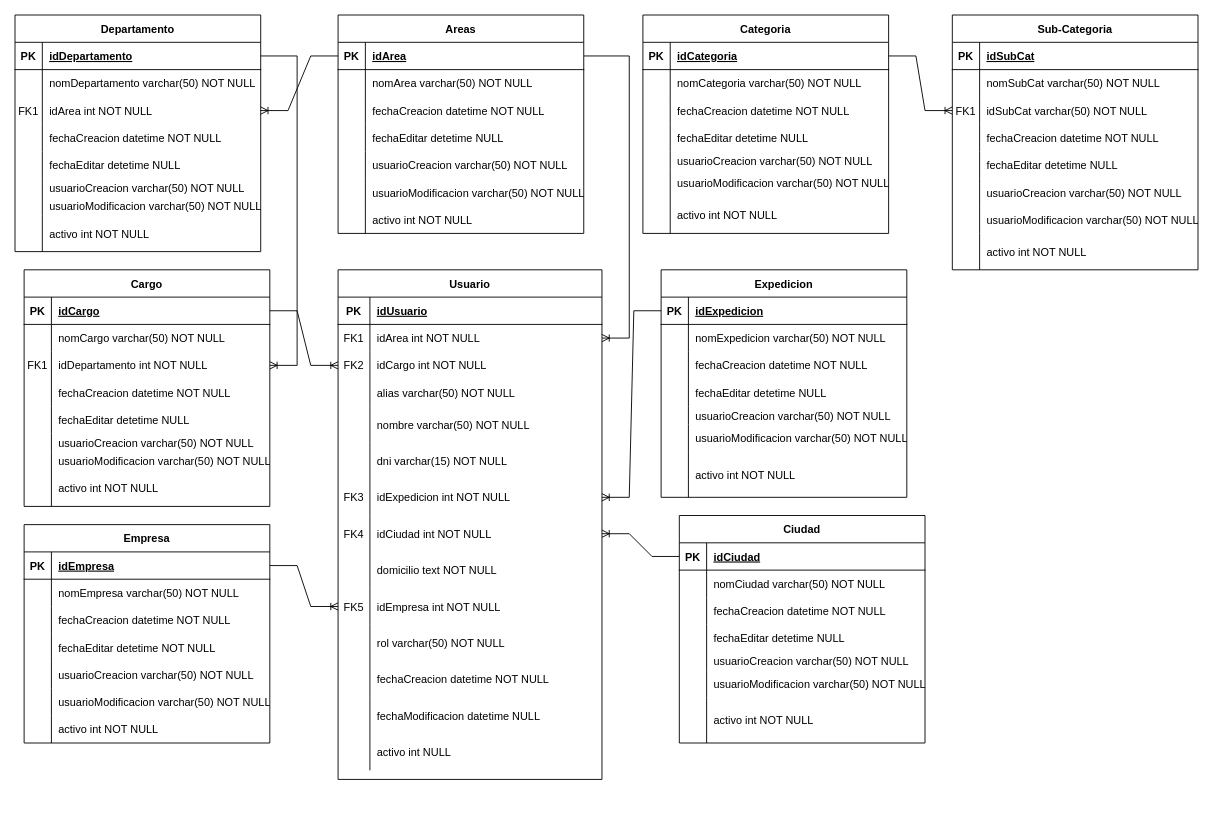
The draw.io diagram Diagrama Activos Fijos.drawio in tomyivan/diagramas-DB, before the edit. Source tidied: cells renumbered, new cells numbered last; positions are measured from the earlier drawing's top-left corner, leaving out a move shared by most shapes. Both pictures are drawn from the tidied source at 91%, with x=0, y=0 at pixel (15, 15).
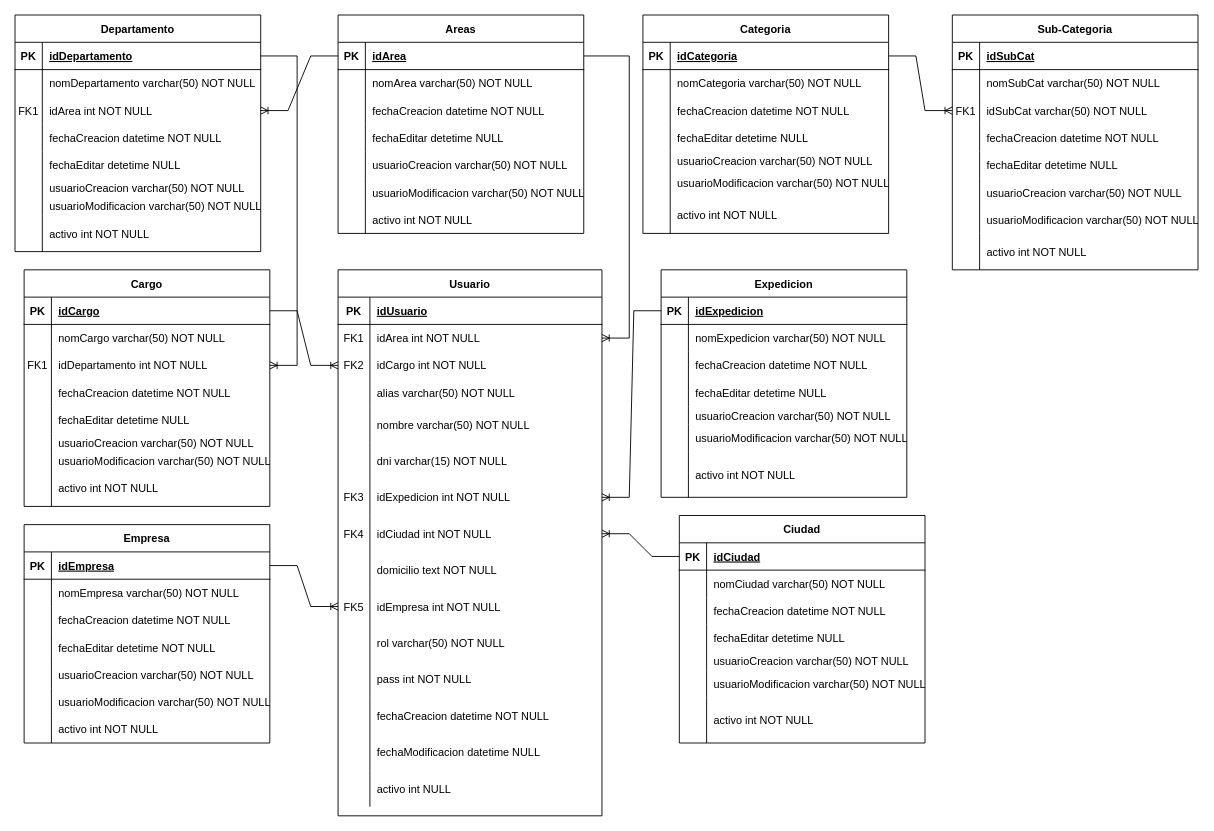
The same diagram, later.

Change to the diagram source:
```diff
@@
     <mxCell id="123" value="Usuario" style="shape=table;startSize=30;childLayout=tableLayout;rowLines=0;fontStyle=1;align=center;" parent="1" vertex="1">
-      <mxGeometry x="355" y="280" width="290" height="560" as="geometry" />
+      <mxGeometry x="355" y="280" width="290" height="600" as="geometry" />
     </mxCell>
@@
+    <mxCell id="238" style="shape=partialRectangle;fillColor=none;top=0;left=0;right=0;bottom=0;" parent="123" vertex="1">
+      <mxGeometry y="430" width="290" height="40" as="geometry" />
+    </mxCell>
+    <mxCell id="239" style="shape=partialRectangle;overflow=hidden;fillColor=none;top=0;left=0;bottom=0;right=0;" parent="238" vertex="1">
+      <mxGeometry width="35" height="40" as="geometry" />
+    </mxCell>
+    <mxCell id="240" value="pass int NOT NULL" style="shape=partialRectangle;overflow=hidden;fillColor=none;top=0;left=0;bottom=0;right=0;align=left;spacingLeft=6;" parent="238" vertex="1">
+      <mxGeometry x="35" width="255" height="40" as="geometry" />
+    </mxCell>
     <mxCell id="157" style="shape=partialRectangle;fillColor=none;top=0;left=0;right=0;bottom=0;" parent="123" vertex="1">
-      <mxGeometry y="430" width="290" height="40" as="geometry" />
+      <mxGeometry y="470" width="290" height="40" as="geometry" />
     </mxCell>
@@
     <mxCell id="160" style="shape=partialRectangle;fillColor=none;top=0;left=0;right=0;bottom=0;" parent="123" vertex="1">
-      <mxGeometry y="470" width="290" height="40" as="geometry" />
+      <mxGeometry y="510" width="290" height="40" as="geometry" />
     </mxCell>
@@
     <mxCell id="163" style="shape=partialRectangle;fillColor=none;top=0;left=0;right=0;bottom=0;" parent="123" vertex="1">
-      <mxGeometry y="510" width="290" height="40" as="geometry" />
+      <mxGeometry y="550" width="290" height="40" as="geometry" />
     </mxCell>
```
